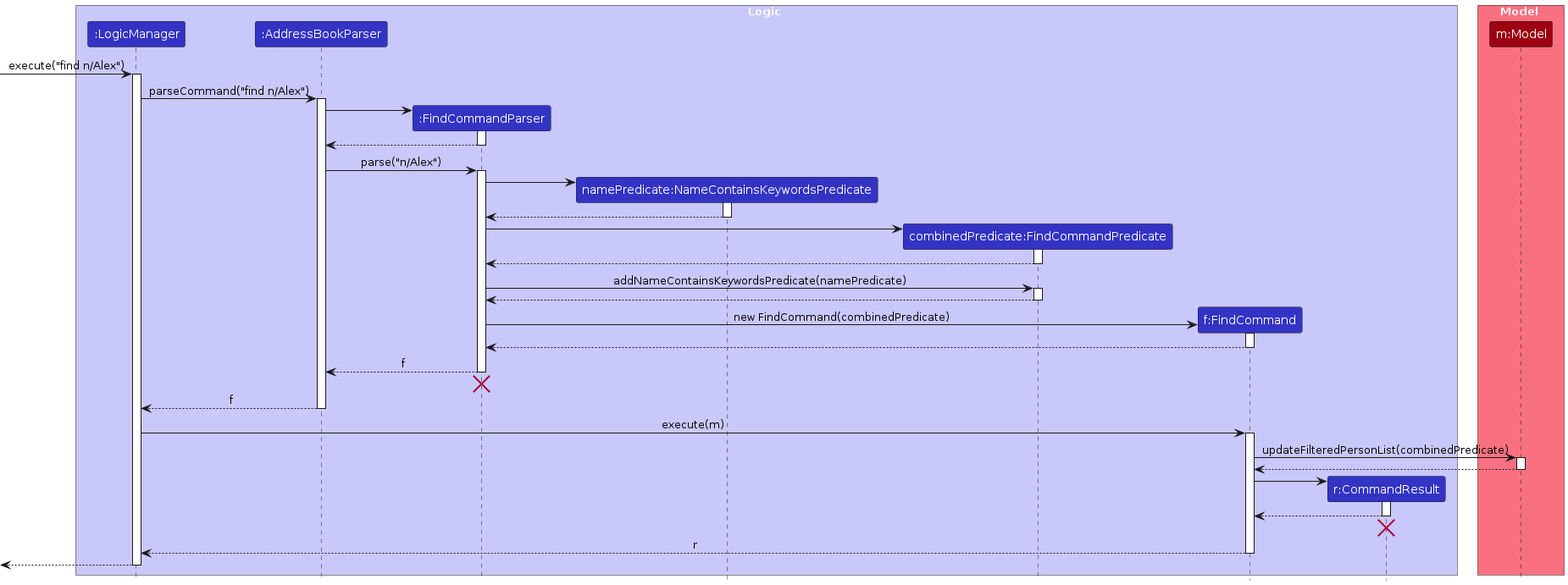
Before: diagrams/FindSequenceDiagram.png, a diagram exported from PlantUML (charlesliyifeng/tp). Its source is kept beside it as diagrams/FindSequenceDiagram.puml.
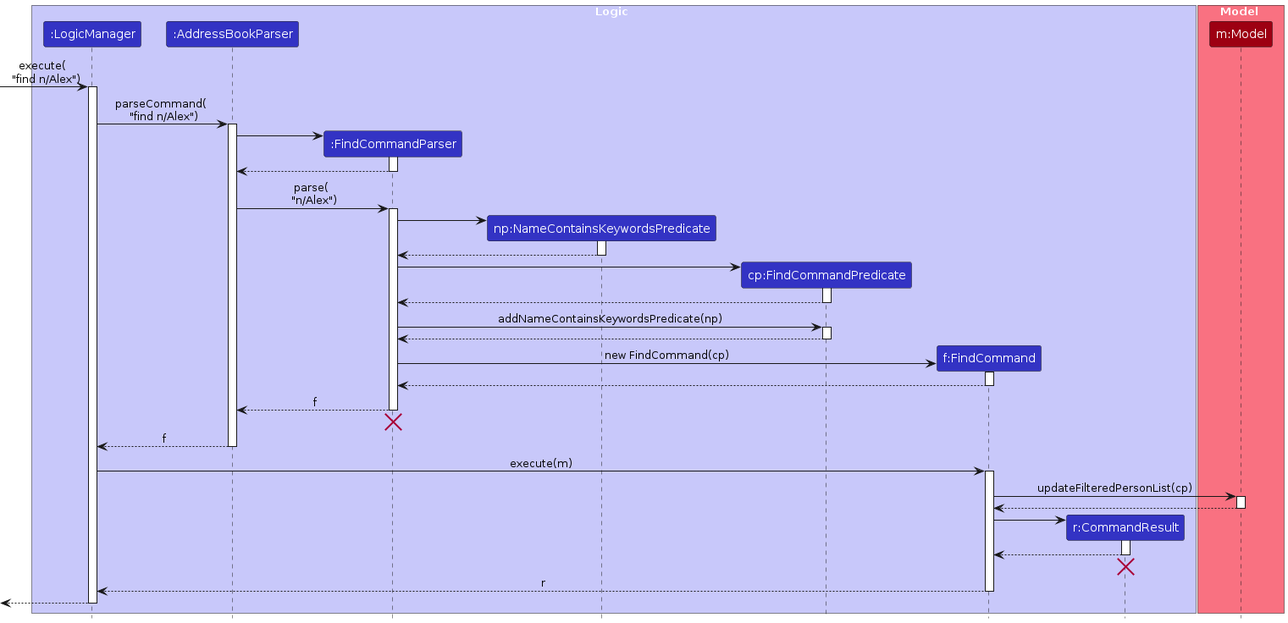
The same diagram one commit later.

The edit, as a diff of the source:
```diff
@@ -6,8 +6,8 @@
 participant ":LogicManager" as LogicManager LOGIC_COLOR
 participant ":AddressBookParser" as AddressBookParser LOGIC_COLOR
 participant ":FindCommandParser" as FindCommandParser LOGIC_COLOR
-participant "namePredicate:NameContainsKeywordsPredicate" as NameContainsKeywordsPredicate LOGIC_COLOR
-participant "combinedPredicate:FindCommandPredicate" as FindCommandPredicate LOGIC_COLOR
+participant "np:NameContainsKeywordsPredicate" as NameContainsKeywordsPredicate LOGIC_COLOR
+participant "cp:FindCommandPredicate" as FindCommandPredicate LOGIC_COLOR
 participant "f:FindCommand" as FindCommand LOGIC_COLOR
 participant "r:CommandResult" as CommandResult LOGIC_COLOR
 
@@ -17,10 +17,10 @@
 participant "m:Model" as Model MODEL_COLOR
 end box
 
-[-> LogicManager : execute("find n/Alex")
+[-> LogicManager : execute( \n "find n/Alex")
 activate LogicManager
 
-LogicManager -> AddressBookParser : parseCommand("find n/Alex")
+LogicManager -> AddressBookParser : parseCommand( \n "find n/Alex")
 activate AddressBookParser
 
 create FindCommandParser
@@ -30,7 +30,7 @@
 FindCommandParser --> AddressBookParser
 deactivate FindCommandParser
 
-AddressBookParser -> FindCommandParser : parse("n/Alex")
+AddressBookParser -> FindCommandParser : parse( \n "n/Alex")
 activate FindCommandParser
 
 create NameContainsKeywordsPredicate
@@ -47,14 +47,14 @@
 FindCommandPredicate --> FindCommandParser
 deactivate
 
-FindCommandParser -> FindCommandPredicate : addNameContainsKeywordsPredicate(namePredicate)
+FindCommandParser -> FindCommandPredicate : addNameContainsKeywordsPredicate(np)
 activate FindCommandPredicate
 
 FindCommandPredicate --> FindCommandParser
 deactivate FindCommandPredicate
 
 create FindCommand
-FindCommandParser -> FindCommand : new FindCommand(combinedPredicate)
+FindCommandParser -> FindCommand : new FindCommand(cp)
 activate FindCommand
 
 FindCommand --> FindCommandParser :
@@ -71,7 +71,7 @@
 LogicManager -> FindCommand : execute(m)
 activate FindCommand
 
-FindCommand -> Model : updateFilteredPersonList(combinedPredicate)
+FindCommand -> Model : updateFilteredPersonList(cp)
 activate Model
 
 Model --> FindCommand
```
